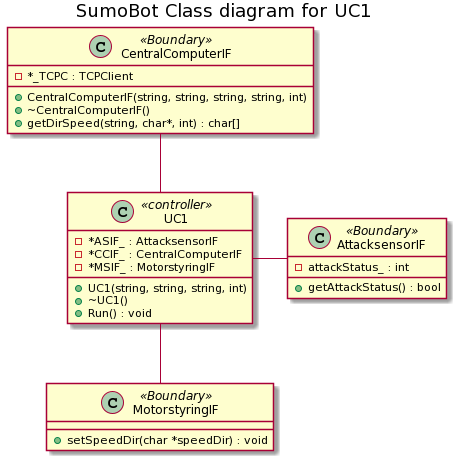
Above: Diagrammer/SumoBot/Classdiagram/SumoBot_ClassDiagram/SumoBot Class diagram for UC1.png in Solvgraa-mager/E3PRJ3 (PlantUML), before the change.
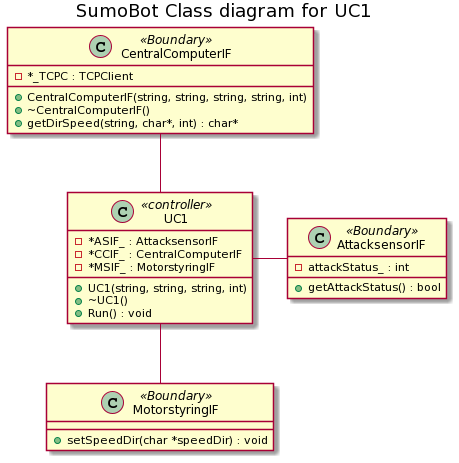
Later version of the same file.

Commit message:
Class diagram update

Change to the diagram source:
```diff
@@ -23,7 +23,7 @@
     -*_TCPC : TCPClient
     +CentralComputerIF(string, string, string, string, int)
     +~CentralComputerIF()
-    +getDirSpeed(string, char*, int) : char[]
+    +getDirSpeed(string, char*, int) : char*
 }
 
 CentralComputerIF -- UC1
```
